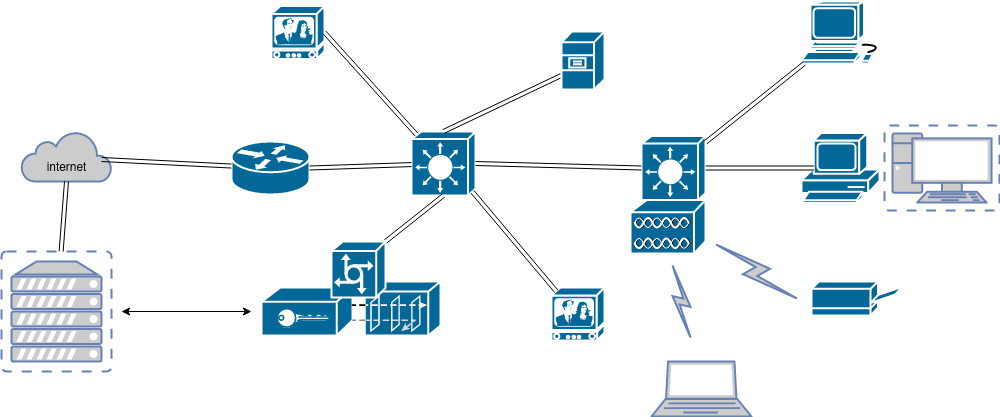
This is Untitled Diagram.drawio.png from KirillNelyubov/devops-netology, a draw.io export, as it was before one commit. Source tidied: cells renumbered, new cells last; positions are measured from the earlier drawing's top-left corner, leaving out a move shared by most shapes.
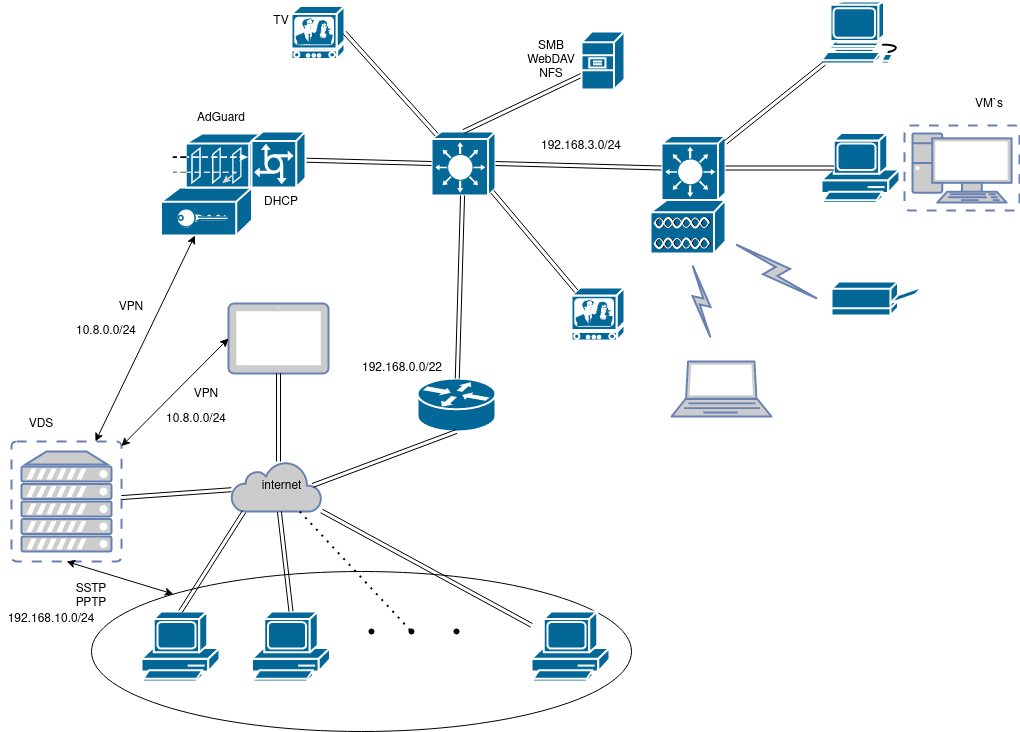
Later version of the same file.

Change to the diagram source:
```diff
@@ -2,43 +2,41 @@
   <root>
     <mxCell id="0" />
     <mxCell id="1" parent="0" />
+    <mxCell id="33" style="ellipse;whiteSpace=wrap;html=1;" parent="1" vertex="1">
+      <mxGeometry x="70" y="570" width="540" height="160" as="geometry" />
+    </mxCell>
     <mxCell id="2" style="shape=mxgraph.cisco.routers.router;sketch=0;html=1;dashed=0;fillColor=#036897;strokeColor=#ffffff;strokeWidth=2;verticalLabelPosition=bottom;verticalAlign=top;align=center;outlineConnect=0;" parent="1" vertex="1">
-      <mxGeometry x="230" y="140" width="78" height="53" as="geometry" />
+      <mxGeometry x="396" y="377" width="78" height="53" as="geometry" />
     </mxCell>
     <mxCell id="3" style="html=1;outlineConnect=0;fillColor=#CCCCCC;strokeColor=#6881B3;gradientColor=none;gradientDirection=north;strokeWidth=2;shape=mxgraph.networks.cloud;fontColor=#ffffff;" parent="1" vertex="1">
-      <mxGeometry x="20" y="130" width="90" height="50" as="geometry" />
+      <mxGeometry x="210" y="460" width="90" height="50" as="geometry" />
     </mxCell>
-    <mxCell id="4" style="shape=link;html=1;rounded=0;" parent="1" edge="1" target="2">
-      <mxGeometry relative="1" as="geometry">
-        <mxPoint x="100" y="158" as="sourcePoint" />
-      </mxGeometry>
+    <mxCell id="4" style="shape=link;html=1;rounded=0;exitX=1.017;exitY=0.45;exitDx=0;exitDy=0;exitPerimeter=0;entryX=0.5;entryY=1;entryDx=0;entryDy=0;entryPerimeter=0;" parent="1" edge="1" source="5" target="2">
+      <mxGeometry relative="1" as="geometry" />
     </mxCell>
     <mxCell id="5" value="internet" style="text;html=1;align=center;verticalAlign=middle;points=[];fillColor=none;strokeColor=none;rounded=0;" parent="1" vertex="1">
-      <mxGeometry x="35" y="156.5" width="60" height="20" as="geometry" />
+      <mxGeometry x="230" y="475" width="60" height="20" as="geometry" />
     </mxCell>
     <mxCell id="6" style="fontColor=#0066CC;verticalAlign=top;verticalLabelPosition=bottom;labelPosition=center;align=center;html=1;outlineConnect=0;fillColor=#CCCCCC;strokeColor=#6881B3;gradientColor=none;gradientDirection=north;strokeWidth=2;shape=mxgraph.networks.virtual_server;" parent="1" vertex="1">
-      <mxGeometry y="250" width="110" height="120" as="geometry" />
+      <mxGeometry x="-10" y="440" width="110" height="120" as="geometry" />
     </mxCell>
-    <mxCell id="7" style="shape=link;html=1;rounded=0;entryX=0.5;entryY=1;entryDx=0;entryDy=0;entryPerimeter=0;" parent="1" edge="1" source="6" target="3">
+    <mxCell id="7" style="shape=link;html=1;rounded=0;" parent="1" edge="1" source="6" target="3">
       <mxGeometry relative="1" as="geometry" />
     </mxCell>
     <mxCell id="8" style="shape=mxgraph.cisco.switches.layer_3_switch;sketch=0;html=1;dashed=0;fillColor=#036897;strokeColor=#ffffff;strokeWidth=2;verticalLabelPosition=bottom;verticalAlign=top;align=center;outlineConnect=0;" parent="1" vertex="1">
       <mxGeometry x="410" y="130" width="64" height="64" as="geometry" />
     </mxCell>
-    <mxCell id="9" style="shape=link;html=1;rounded=0;exitX=1;exitY=0.5;exitDx=0;exitDy=0;exitPerimeter=0;" parent="1" edge="1" source="2" target="8">
+    <mxCell id="9" style="shape=link;html=1;rounded=0;" parent="1" edge="1" source="2" target="8">
       <mxGeometry relative="1" as="geometry" />
     </mxCell>
     <mxCell id="10" style="shape=mxgraph.cisco.hubs_and_gateways.vpn_gateway;sketch=0;html=1;dashed=0;fillColor=#036897;strokeColor=#ffffff;strokeWidth=2;verticalLabelPosition=bottom;verticalAlign=top;align=center;outlineConnect=0;" parent="1" vertex="1">
-      <mxGeometry x="260" y="286" width="91" height="48" as="geometry" />
+      <mxGeometry x="139.5" y="186" width="91" height="48" as="geometry" />
     </mxCell>
-    <mxCell id="11" style="shape=link;html=1;rounded=0;exitX=0.5;exitY=1;exitDx=0;exitDy=0;exitPerimeter=0;entryX=1;entryY=0;entryDx=0;entryDy=0;entryPerimeter=0;" parent="1" edge="1" source="8" target="32">
+    <mxCell id="11" style="shape=link;html=1;rounded=0;exitX=0;exitY=0.5;exitDx=0;exitDy=0;exitPerimeter=0;" parent="1" edge="1" source="8" target="32">
       <mxGeometry relative="1" as="geometry" />
     </mxCell>
-    <mxCell id="12" style="endArrow=classic;startArrow=classic;html=1;rounded=0;" parent="1" edge="1">
-      <mxGeometry relative="1" as="geometry">
-        <mxPoint x="120" y="310" as="sourcePoint" />
-        <mxPoint x="250" y="310" as="targetPoint" />
-      </mxGeometry>
+    <mxCell id="12" style="endArrow=classic;startArrow=classic;html=1;rounded=0;" parent="1" edge="1" source="6" target="10">
+      <mxGeometry relative="1" as="geometry" />
     </mxCell>
     <mxCell id="13" style="shape=link;html=1;rounded=0;exitX=0.5;exitY=0;exitDx=0;exitDy=0;exitPerimeter=0;" parent="1" edge="1" source="8">
       <mxGeometry relative="1" as="geometry">
@@ -46,7 +44,7 @@
       </mxGeometry>
     </mxCell>
     <mxCell id="14" style="shape=mxgraph.cisco.security.guard;sketch=0;html=1;dashed=0;fillColor=#036897;strokeColor=#ffffff;strokeWidth=2;verticalLabelPosition=bottom;verticalAlign=top;align=center;" parent="1" vertex="1">
-      <mxGeometry x="351" y="280" width="88" height="54" as="geometry" />
+      <mxGeometry x="152" y="132" width="88" height="54" as="geometry" />
     </mxCell>
     <mxCell id="15" style="shape=mxgraph.cisco.servers.file_server;sketch=0;html=1;dashed=0;fillColor=#036897;strokeColor=#ffffff;strokeWidth=2;verticalLabelPosition=bottom;verticalAlign=top;align=center;" parent="1" vertex="1">
       <mxGeometry x="560" y="30" width="43" height="58" as="geometry" />
@@ -106,7 +104,93 @@
       </mxGeometry>
     </mxCell>
     <mxCell id="32" style="shape=mxgraph.cisco.servers.communications_server;sketch=0;html=1;dashed=0;fillColor=#036897;strokeColor=#ffffff;strokeWidth=2;verticalLabelPosition=bottom;verticalAlign=top;align=center;outlineConnect=0;" parent="1" vertex="1">
-      <mxGeometry x="330" y="240" width="54" height="56" as="geometry" />
+      <mxGeometry x="230" y="130" width="54" height="56" as="geometry" />
     </mxCell>
+    <mxCell id="34" value="&lt;div&gt;VPN&lt;/div&gt;&lt;div&gt;&lt;br&gt;&lt;/div&gt;" style="text;html=1;strokeColor=none;fillColor=none;align=center;verticalAlign=middle;whiteSpace=wrap;rounded=0;" parent="1" vertex="1">
+      <mxGeometry x="79.5" y="297.5" width="60" height="30" as="geometry" />
+    </mxCell>
+    <mxCell id="35" value="&lt;div&gt;VDS&lt;/div&gt;&lt;div&gt;&lt;br&gt;&lt;/div&gt;" style="text;html=1;strokeColor=none;fillColor=none;align=center;verticalAlign=middle;whiteSpace=wrap;rounded=0;" parent="1" vertex="1">
+      <mxGeometry x="-10" y="415" width="60" height="30" as="geometry" />
+    </mxCell>
+    <mxCell id="36" value="&lt;div&gt;10.8.0.0/24&lt;/div&gt;&lt;div&gt;&lt;br&gt;&lt;/div&gt;" style="text;html=1;strokeColor=none;fillColor=none;align=center;verticalAlign=middle;whiteSpace=wrap;rounded=0;" parent="1" vertex="1">
+      <mxGeometry x="29.5" y="322" width="110" height="30" as="geometry" />
+    </mxCell>
+    <mxCell id="37" value="192.168.0.0/22" style="text;html=1;strokeColor=none;fillColor=none;align=center;verticalAlign=middle;whiteSpace=wrap;rounded=0;" parent="1" vertex="1">
+      <mxGeometry x="330" y="352" width="102" height="30" as="geometry" />
+    </mxCell>
+    <mxCell id="38" value="192.168.3.0/24" style="text;html=1;strokeColor=none;fillColor=none;align=center;verticalAlign=middle;whiteSpace=wrap;rounded=0;" parent="1" vertex="1">
+      <mxGeometry x="500" y="130" width="120" height="30" as="geometry" />
+    </mxCell>
+    <mxCell id="39" value="AdGuard" style="text;html=1;strokeColor=none;fillColor=none;align=center;verticalAlign=middle;whiteSpace=wrap;rounded=0;" parent="1" vertex="1">
+      <mxGeometry x="170" y="101.5" width="60" height="30" as="geometry" />
+    </mxCell>
+    <mxCell id="40" value="DHCP" style="text;html=1;strokeColor=none;fillColor=none;align=center;verticalAlign=middle;whiteSpace=wrap;rounded=0;" parent="1" vertex="1">
+      <mxGeometry x="230" y="186" width="60" height="30" as="geometry" />
+    </mxCell>
+    <mxCell id="41" value="&lt;div&gt;SMB&lt;/div&gt;&lt;div&gt;WebDAV&lt;/div&gt;&lt;div&gt;NFS&lt;br&gt;&lt;/div&gt;" style="text;html=1;strokeColor=none;fillColor=none;align=center;verticalAlign=middle;whiteSpace=wrap;rounded=0;" parent="1" vertex="1">
+      <mxGeometry x="500" y="19" width="60" height="80" as="geometry" />
+    </mxCell>
+    <mxCell id="42" value="VM`s" style="text;html=1;strokeColor=none;fillColor=none;align=center;verticalAlign=middle;whiteSpace=wrap;rounded=0;" parent="1" vertex="1">
+      <mxGeometry x="938" y="88" width="60" height="30" as="geometry" />
+    </mxCell>
+    <mxCell id="43" value="TV" style="text;html=1;strokeColor=none;fillColor=none;align=center;verticalAlign=middle;whiteSpace=wrap;rounded=0;" parent="1" vertex="1">
+      <mxGeometry x="230" y="4.5" width="60" height="30" as="geometry" />
+    </mxCell>
+    <mxCell id="44" style="fontColor=#0066CC;verticalAlign=top;verticalLabelPosition=bottom;labelPosition=center;align=center;html=1;outlineConnect=0;fillColor=#CCCCCC;strokeColor=#6881B3;gradientColor=none;gradientDirection=north;strokeWidth=2;shape=mxgraph.networks.tablet;" parent="1" vertex="1">
+      <mxGeometry x="207" y="302" width="100" height="70" as="geometry" />
+    </mxCell>
+    <mxCell id="45" style="shape=link;html=1;rounded=0;entryX=0.5;entryY=1;entryDx=0;entryDy=0;entryPerimeter=0;" parent="1" edge="1" target="44">
+      <mxGeometry relative="1" as="geometry">
+        <mxPoint x="257" y="460" as="sourcePoint" />
+      </mxGeometry>
+    </mxCell>
+    <mxCell id="46" style="endArrow=classic;startArrow=classic;html=1;rounded=0;entryX=0;entryY=0.5;entryDx=0;entryDy=0;entryPerimeter=0;" parent="1" edge="1" source="6" target="44">
+      <mxGeometry relative="1" as="geometry" />
+    </mxCell>
+    <mxCell id="47" value="&lt;div&gt;VPN&lt;/div&gt;&lt;div&gt;&lt;br&gt;&lt;/div&gt;" style="text;html=1;strokeColor=none;fillColor=none;align=center;verticalAlign=middle;whiteSpace=wrap;rounded=0;" parent="1" vertex="1">
+      <mxGeometry x="155" y="385" width="60" height="30" as="geometry" />
+    </mxCell>
+    <mxCell id="48" value="&lt;div&gt;10.8.0.0/24&lt;/div&gt;&lt;div&gt;&lt;br&gt;&lt;/div&gt;" style="text;html=1;strokeColor=none;fillColor=none;align=center;verticalAlign=middle;whiteSpace=wrap;rounded=0;" parent="1" vertex="1">
+      <mxGeometry x="120" y="410" width="110" height="30" as="geometry" />
+    </mxCell>
+    <mxCell id="49" style="shape=mxgraph.cisco.computers_and_peripherals.pc;sketch=0;html=1;dashed=0;fillColor=#036897;strokeColor=#ffffff;strokeWidth=2;verticalLabelPosition=bottom;verticalAlign=top;align=center;outlineConnect=0;" parent="1" vertex="1">
+      <mxGeometry x="120" y="610" width="78" height="70" as="geometry" />
+    </mxCell>
+    <mxCell id="50" style="shape=mxgraph.cisco.computers_and_peripherals.pc;sketch=0;html=1;dashed=0;fillColor=#036897;strokeColor=#ffffff;strokeWidth=2;verticalLabelPosition=bottom;verticalAlign=top;align=center;outlineConnect=0;" parent="1" vertex="1">
+      <mxGeometry x="230.5" y="610" width="78" height="70" as="geometry" />
+    </mxCell>
+    <mxCell id="51" style="shape=mxgraph.cisco.computers_and_peripherals.pc;sketch=0;html=1;dashed=0;fillColor=#036897;strokeColor=#ffffff;strokeWidth=2;verticalLabelPosition=bottom;verticalAlign=top;align=center;outlineConnect=0;" parent="1" vertex="1">
+      <mxGeometry x="510" y="610" width="78" height="70" as="geometry" />
+    </mxCell>
+    <mxCell id="52" style="shape=link;html=1;rounded=0;exitX=0.5;exitY=0;exitDx=0;exitDy=0;exitPerimeter=0;entryX=0.14;entryY=1;entryDx=0;entryDy=0;entryPerimeter=0;" parent="1" edge="1" source="49" target="3">
+      <mxGeometry relative="1" as="geometry" />
+    </mxCell>
+    <mxCell id="53" style="shape=link;html=1;rounded=0;exitX=0.5;exitY=0;exitDx=0;exitDy=0;exitPerimeter=0;" parent="1" edge="1" source="50" target="3">
+      <mxGeometry relative="1" as="geometry" />
+    </mxCell>
+    <mxCell id="54" style="shape=link;html=1;rounded=0;" parent="1" edge="1" source="51" target="3">
+      <mxGeometry relative="1" as="geometry" />
+    </mxCell>
+    <mxCell id="55" style="endArrow=none;dashed=1;html=1;dashPattern=1 3;strokeWidth=2;rounded=0;" parent="1" edge="1" source="3" target="56">
+      <mxGeometry relative="1" as="geometry" />
+    </mxCell>
+    <mxCell id="56" style="shape=waypoint;sketch=0;fillStyle=solid;size=6;points=[];fillColor=none;perimeter=centerPerimeter;snapToPoint=1;" parent="1" vertex="1">
+      <mxGeometry x="370" y="610" width="40" height="40" as="geometry" />
+    </mxCell>
+    <mxCell id="57" style="shape=waypoint;sketch=0;fillStyle=solid;size=6;fillColor=none;perimeter=centerPerimeter;" parent="1" vertex="1">
+      <mxGeometry x="330" y="610" width="40" height="40" as="geometry" />
+    </mxCell>
+    <mxCell id="58" style="shape=waypoint;sketch=0;fillStyle=solid;size=6;fillColor=none;perimeter=centerPerimeter;" parent="1" vertex="1">
+      <mxGeometry x="415" y="610" width="40" height="40" as="geometry" />
+    </mxCell>
+    <mxCell id="59" style="endArrow=classic;startArrow=classic;html=1;rounded=0;exitX=0.5;exitY=1;exitDx=0;exitDy=0;exitPerimeter=0;" parent="1" edge="1" source="6" target="33">
+      <mxGeometry relative="1" as="geometry" />
+    </mxCell>
+    <mxCell id="60" value="&lt;div&gt;SSTP&lt;/div&gt;&lt;div&gt;PPTP&lt;br&gt;&lt;/div&gt;" style="text;html=1;strokeColor=none;fillColor=none;align=center;verticalAlign=middle;whiteSpace=wrap;rounded=0;" parent="1" vertex="1">
+      <mxGeometry x="40" y="580" width="60" height="30" as="geometry" />
+    </mxCell>
+    <mxCell id="61" value="&lt;div&gt;192.168.10.0/24&lt;/div&gt;&lt;div&gt;&lt;br&gt;&lt;/div&gt;" style="text;html=1;strokeColor=none;fillColor=none;align=center;verticalAlign=middle;whiteSpace=wrap;rounded=0;" parent="1" vertex="1">
+      <mxGeometry x="-20.5" y="610" width="100" height="30" as="geometry" />
+    </mxCell>
   </root>
 </mxGraphModel>
```
